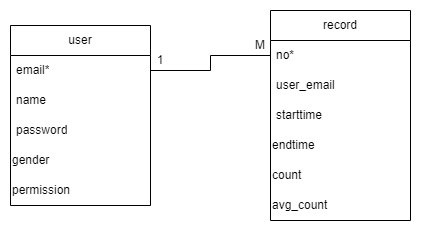
Earlier version of the draw.io export 資料庫關聯圖.png (113204/Documents). Source tidied: cells renumbered, new cells last; positions are measured from the earlier drawing's top-left corner, leaving out a move shared by most shapes. Source of this version:
```xml
<mxGraphModel>
  <root>
    <mxCell id="0" />
    <mxCell id="1" parent="0" />
    <mxCell id="2" value="user" style="swimlane;fontStyle=0;horizontal=1;startSize=30;whiteSpace=wrap;html=1;" parent="1" vertex="1">
      <mxGeometry y="15" width="140" height="180" as="geometry" />
    </mxCell>
    <mxCell id="3" value="email*" style="text;strokeColor=none;fillColor=none;align=left;verticalAlign=middle;spacingLeft=4;spacingRight=4;overflow=hidden;points=[[0,0.5],[1,0.5]];portConstraint=eastwest;whiteSpace=wrap;html=1;" parent="2" vertex="1">
      <mxGeometry y="30" width="140" height="30" as="geometry" />
    </mxCell>
    <mxCell id="4" value="name" style="text;strokeColor=none;fillColor=none;align=left;verticalAlign=middle;spacingLeft=4;spacingRight=4;overflow=hidden;whiteSpace=wrap;html=1;" parent="2" vertex="1">
      <mxGeometry y="60" width="140" height="30" as="geometry" />
    </mxCell>
    <mxCell id="5" value="password" style="text;strokeColor=none;fillColor=none;align=left;verticalAlign=middle;spacingLeft=4;spacingRight=4;overflow=hidden;whiteSpace=wrap;html=1;" parent="2" vertex="1">
      <mxGeometry y="90" width="140" height="30" as="geometry" />
    </mxCell>
    <mxCell id="6" value="gender" style="text;html=1;align=left;verticalAlign=middle;whiteSpace=wrap;rounded=0;" parent="2" vertex="1">
      <mxGeometry y="120" width="140" height="30" as="geometry" />
    </mxCell>
    <mxCell id="7" value="permission" style="text;html=1;align=left;verticalAlign=middle;whiteSpace=wrap;rounded=0;" parent="2" vertex="1">
      <mxGeometry y="150" width="140" height="30" as="geometry" />
    </mxCell>
    <mxCell id="8" value="record" style="swimlane;fontStyle=0;horizontal=1;startSize=30;whiteSpace=wrap;html=1;" parent="1" vertex="1">
      <mxGeometry x="260" width="140" height="210" as="geometry" />
    </mxCell>
    <mxCell id="9" value="no*" style="text;strokeColor=none;fillColor=none;align=left;verticalAlign=middle;spacingLeft=4;spacingRight=4;overflow=hidden;points=[[0,0.5],[1,0.5]];portConstraint=eastwest;whiteSpace=wrap;html=1;" parent="8" vertex="1">
      <mxGeometry y="30" width="140" height="30" as="geometry" />
    </mxCell>
    <mxCell id="10" value="user_email" style="text;strokeColor=none;fillColor=none;align=left;verticalAlign=middle;spacingLeft=4;spacingRight=4;overflow=hidden;whiteSpace=wrap;html=1;" parent="8" vertex="1">
      <mxGeometry y="60" width="140" height="30" as="geometry" />
    </mxCell>
    <mxCell id="11" value="starttime" style="text;strokeColor=none;fillColor=none;align=left;verticalAlign=middle;spacingLeft=4;spacingRight=4;overflow=hidden;whiteSpace=wrap;html=1;" parent="8" vertex="1">
      <mxGeometry y="90" width="140" height="30" as="geometry" />
    </mxCell>
    <mxCell id="12" value="endtime" style="text;html=1;align=left;verticalAlign=middle;whiteSpace=wrap;rounded=0;" parent="8" vertex="1">
      <mxGeometry y="120" width="140" height="30" as="geometry" />
    </mxCell>
    <mxCell id="13" value="count" style="text;html=1;align=left;verticalAlign=middle;whiteSpace=wrap;rounded=0;" parent="8" vertex="1">
      <mxGeometry y="150" width="140" height="30" as="geometry" />
    </mxCell>
    <mxCell id="14" value="avg_count" style="text;html=1;align=left;verticalAlign=middle;whiteSpace=wrap;rounded=0;" parent="8" vertex="1">
      <mxGeometry y="180" width="140" height="30" as="geometry" />
    </mxCell>
    <mxCell id="15" value="M" style="text;html=1;align=center;verticalAlign=middle;whiteSpace=wrap;rounded=0;" parent="1" vertex="1">
      <mxGeometry x="220" y="20" width="60" height="30" as="geometry" />
    </mxCell>
    <mxCell id="16" value="1" style="text;html=1;align=center;verticalAlign=middle;whiteSpace=wrap;rounded=0;" parent="1" vertex="1">
      <mxGeometry x="120" y="35" width="60" height="30" as="geometry" />
    </mxCell>
    <mxCell id="17" style="endArrow=none;html=1;rounded=0;entryX=0;entryY=0.5;entryDx=0;entryDy=0;exitX=1;exitY=0.5;exitDx=0;exitDy=0;" parent="1" edge="1" source="3" target="9">
      <mxGeometry relative="1" as="geometry">
        <Array as="points">
          <mxPoint x="200" y="60" />
          <mxPoint x="200" y="45" />
        </Array>
      </mxGeometry>
    </mxCell>
  </root>
</mxGraphModel>
```
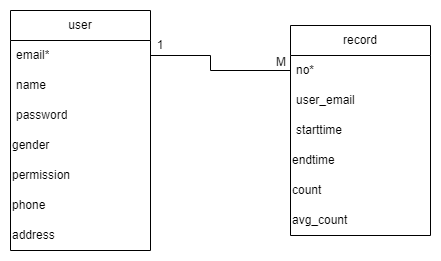
After the change.

Diff of the diagram source:
```diff
@@ -3,7 +3,7 @@
     <mxCell id="0" />
     <mxCell id="1" parent="0" />
     <mxCell id="2" value="user" style="swimlane;fontStyle=0;horizontal=1;startSize=30;whiteSpace=wrap;html=1;" parent="1" vertex="1">
-      <mxGeometry y="15" width="140" height="180" as="geometry" />
+      <mxGeometry y="15" width="140" height="240" as="geometry" />
     </mxCell>
     <mxCell id="3" value="email*" style="text;strokeColor=none;fillColor=none;align=left;verticalAlign=middle;spacingLeft=4;spacingRight=4;overflow=hidden;points=[[0,0.5],[1,0.5]];portConstraint=eastwest;whiteSpace=wrap;html=1;" parent="2" vertex="1">
       <mxGeometry y="30" width="140" height="30" as="geometry" />
@@ -20,8 +20,14 @@
     <mxCell id="7" value="permission" style="text;html=1;align=left;verticalAlign=middle;whiteSpace=wrap;rounded=0;" parent="2" vertex="1">
       <mxGeometry y="150" width="140" height="30" as="geometry" />
     </mxCell>
+    <mxCell id="18" value="phone" style="text;html=1;align=left;verticalAlign=middle;whiteSpace=wrap;rounded=0;" parent="2" vertex="1">
+      <mxGeometry y="180" width="140" height="30" as="geometry" />
+    </mxCell>
+    <mxCell id="19" value="address" style="text;html=1;align=left;verticalAlign=middle;whiteSpace=wrap;rounded=0;" parent="2" vertex="1">
+      <mxGeometry y="210" width="140" height="30" as="geometry" />
+    </mxCell>
     <mxCell id="8" value="record" style="swimlane;fontStyle=0;horizontal=1;startSize=30;whiteSpace=wrap;html=1;" parent="1" vertex="1">
-      <mxGeometry x="260" width="140" height="210" as="geometry" />
+      <mxGeometry x="280" y="30" width="140" height="210" as="geometry" />
     </mxCell>
     <mxCell id="9" value="no*" style="text;strokeColor=none;fillColor=none;align=left;verticalAlign=middle;spacingLeft=4;spacingRight=4;overflow=hidden;points=[[0,0.5],[1,0.5]];portConstraint=eastwest;whiteSpace=wrap;html=1;" parent="8" vertex="1">
       <mxGeometry y="30" width="140" height="30" as="geometry" />
@@ -42,7 +48,7 @@
       <mxGeometry y="180" width="140" height="30" as="geometry" />
     </mxCell>
     <mxCell id="15" value="M" style="text;html=1;align=center;verticalAlign=middle;whiteSpace=wrap;rounded=0;" parent="1" vertex="1">
-      <mxGeometry x="220" y="20" width="60" height="30" as="geometry" />
+      <mxGeometry x="241" y="52" width="60" height="30" as="geometry" />
     </mxCell>
     <mxCell id="16" value="1" style="text;html=1;align=center;verticalAlign=middle;whiteSpace=wrap;rounded=0;" parent="1" vertex="1">
       <mxGeometry x="120" y="35" width="60" height="30" as="geometry" />
@@ -51,7 +57,7 @@
       <mxGeometry relative="1" as="geometry">
         <Array as="points">
           <mxPoint x="200" y="60" />
-          <mxPoint x="200" y="45" />
+          <mxPoint x="200" y="75" />
         </Array>
       </mxGeometry>
     </mxCell>
```
